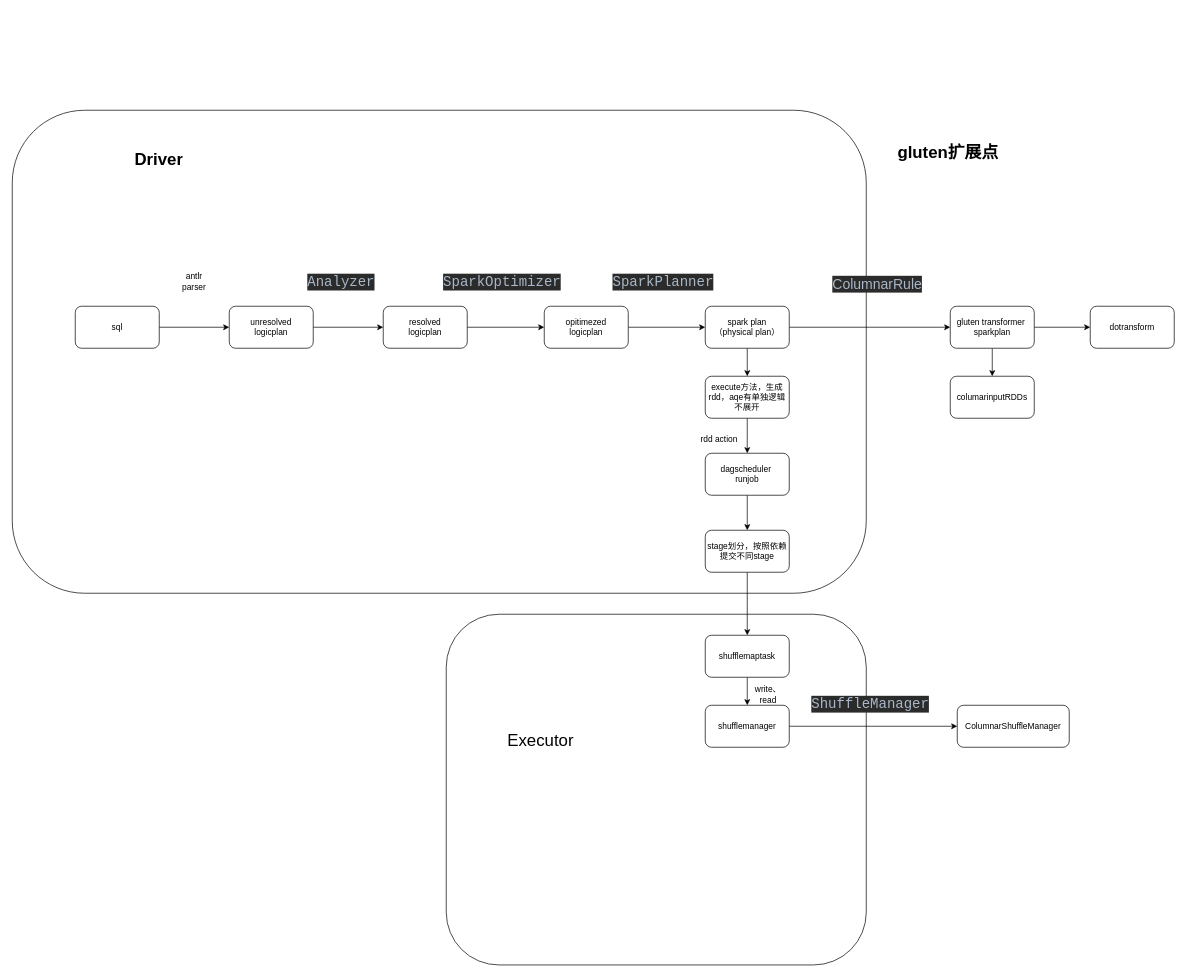
yuhuali1989/ui keeps this draw.io diagram as gluten架构图.drawio. Above is the earlier version. Source tidied: cells renumbered, new cells numbered last; positions are measured from the earlier drawing's top-left corner, leaving out a move shared by most shapes. Both pictures are drawn from the tidied source at 70%, with x=0, y=0 at pixel (12, 110).
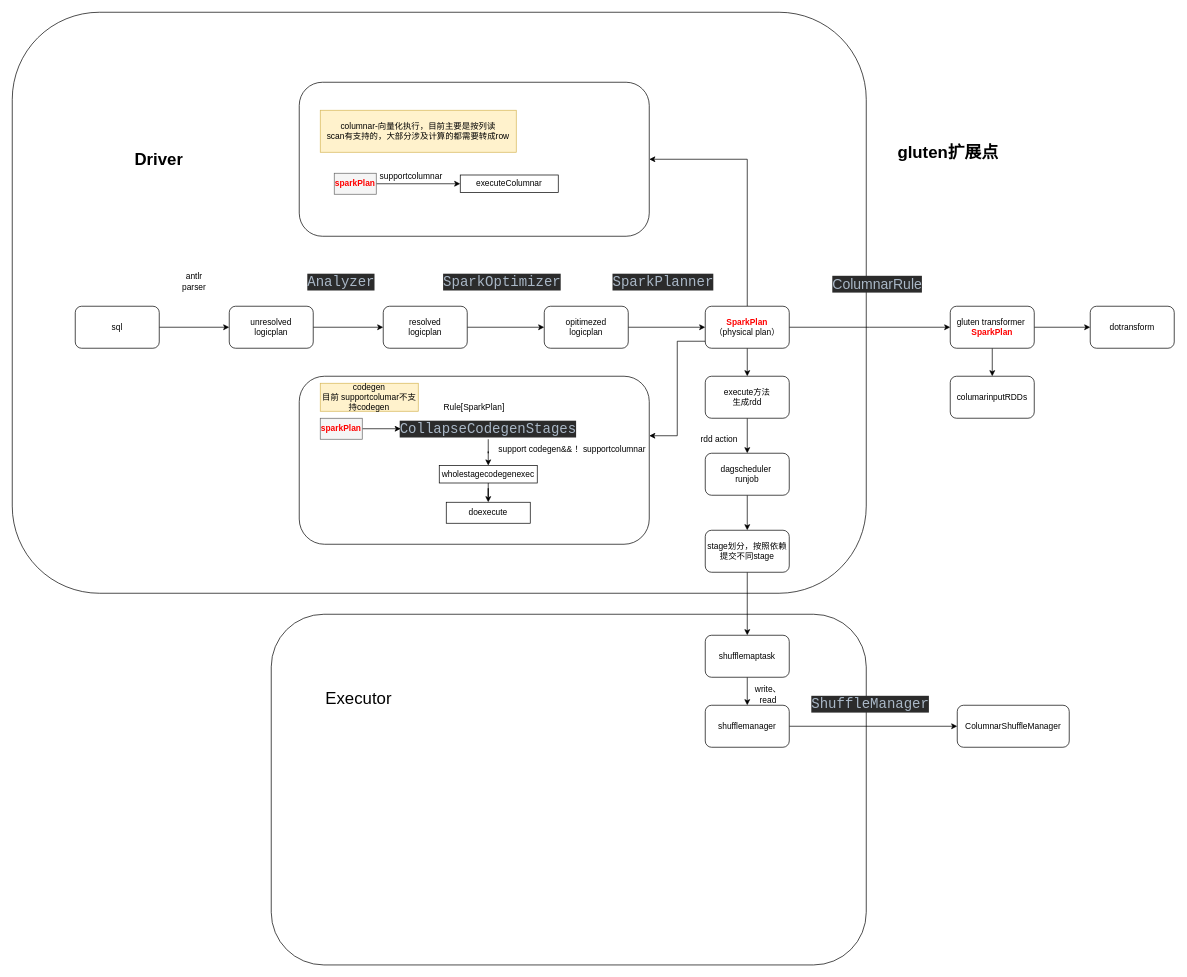
The same page after the edit.

What changed in the source:
```diff
@@
     <mxCell id="2" style="rounded=1;whiteSpace=wrap;html=1;" parent="1" vertex="1">
-      <mxGeometry width="1220" height="690" as="geometry" />
+      <mxGeometry y="-140" width="1220" height="830" as="geometry" />
     </mxCell>
@@
+    <mxCell id="42" style="edgeStyle=orthogonalEdgeStyle;rounded=0;jettySize=auto;html=1;" parent="1" edge="1" source="17" target="55">
+      <mxGeometry relative="1" as="geometry">
+        <Array as="points">
+          <mxPoint x="1050" y="70" />
+        </Array>
+      </mxGeometry>
+    </mxCell>
-    <mxCell id="17" value="spark plan&lt;br&gt;（physical plan）" style="rounded=1;whiteSpace=wrap;html=1;" parent="1" vertex="1">
+    <mxCell id="17" value="&lt;b&gt;&lt;font color=&quot;#ff0000&quot;&gt;SparkPlan&lt;/font&gt;&lt;/b&gt;&lt;br&gt;（physical plan）" style="rounded=1;whiteSpace=wrap;html=1;" parent="1" vertex="1">
       <mxGeometry x="990" y="280" width="120" height="60" as="geometry" />
     </mxCell>
@@
-    <mxCell id="22" value="gluten transformer&amp;nbsp;&lt;br&gt;sparkplan" style="rounded=1;whiteSpace=wrap;html=1;" parent="1" vertex="1">
+    <mxCell id="22" value="gluten transformer&amp;nbsp;&lt;br&gt;&lt;b&gt;&lt;font color=&quot;#ff0000&quot;&gt;SparkPlan&lt;/font&gt;&lt;/b&gt;" style="rounded=1;whiteSpace=wrap;html=1;" parent="1" vertex="1">
       <mxGeometry x="1340" y="280" width="120" height="60" as="geometry" />
     </mxCell>
@@
     <mxCell id="24" style="rounded=1;whiteSpace=wrap;html=1;" parent="1" vertex="1">
-      <mxGeometry x="620" y="720" width="600" height="501" as="geometry" />
+      <mxGeometry x="370" y="720" width="850" height="501" as="geometry" />
     </mxCell>
@@
-    <mxCell id="26" value="execute方法，生成rdd，aqe有单独逻辑不展开" style="rounded=1;whiteSpace=wrap;html=1;" parent="1" vertex="1">
+    <mxCell id="26" value="execute方法&lt;br&gt;生成rdd" style="rounded=1;whiteSpace=wrap;html=1;" parent="1" vertex="1">
       <mxGeometry x="990" y="380" width="120" height="60" as="geometry" />
     </mxCell>
@@
     <mxCell id="34" value="&lt;font style=&quot;font-size: 24px;&quot;&gt;Executor&lt;/font&gt;" style="text;html=1;strokeColor=none;fillColor=none;align=center;verticalAlign=middle;whiteSpace=wrap;rounded=0;" parent="1" vertex="1">
-      <mxGeometry x="690" y="870" width="130" height="60" as="geometry" />
+      <mxGeometry x="430" y="810" width="130" height="60" as="geometry" />
     </mxCell>
@@
+    <mxCell id="43" style="edgeStyle=orthogonalEdgeStyle;rounded=0;jettySize=auto;html=1;" parent="1" edge="1" source="17" target="44">
+      <mxGeometry relative="1" as="geometry">
+        <Array as="points">
+          <mxPoint x="950" y="330" />
+          <mxPoint x="950" y="465" />
+        </Array>
+      </mxGeometry>
+    </mxCell>
+    <mxCell id="44" style="whiteSpace=wrap;html=1;rounded=1;" parent="1" vertex="1">
+      <mxGeometry x="410" y="380" width="500" height="240" as="geometry" />
+    </mxCell>
+    <mxCell id="45" value="codegen&lt;br&gt;目前 supportcolumar不支持codegen" style="text;html=1;strokeColor=#d6b656;fillColor=#fff2cc;align=center;verticalAlign=middle;whiteSpace=wrap;rounded=0;" parent="1" vertex="1">
+      <mxGeometry x="440" y="390" width="140" height="40" as="geometry" />
+    </mxCell>
+    <mxCell id="46" style="edgeStyle=orthogonalEdgeStyle;rounded=0;jettySize=auto;html=1;" parent="1" edge="1" source="47" target="50">
+      <mxGeometry relative="1" as="geometry" />
+    </mxCell>
+    <mxCell id="47" value="&lt;div style=&quot;background-color:#2b2b2b;color:#a9b7c6;font-family:'Chalkboard';font-size:15.0pt;&quot;&gt;&lt;pre&gt;CollapseCodegenStages&lt;/pre&gt;&lt;/div&gt;" style="text;html=1;strokeColor=none;fillColor=none;align=center;verticalAlign=middle;whiteSpace=wrap;rounded=0;" parent="1" vertex="1">
+      <mxGeometry x="555" y="440" width="250" height="30" as="geometry" />
+    </mxCell>
+    <mxCell id="48" value="Rule[SparkPlan]" style="text;html=1;strokeColor=none;fillColor=none;align=center;verticalAlign=middle;whiteSpace=wrap;rounded=0;" parent="1" vertex="1">
+      <mxGeometry x="630" y="410" width="60" height="30" as="geometry" />
+    </mxCell>
+    <mxCell id="49" style="edgeStyle=orthogonalEdgeStyle;rounded=0;jettySize=auto;html=1;" parent="1" edge="1" source="50" target="54">
+      <mxGeometry relative="1" as="geometry" />
+    </mxCell>
+    <mxCell id="50" value="wholestagecodegenexec" style="whiteSpace=wrap;html=1;" parent="1" vertex="1">
+      <mxGeometry x="610" y="507.5" width="140" height="25" as="geometry" />
+    </mxCell>
+    <mxCell id="51" style="edgeStyle=orthogonalEdgeStyle;rounded=0;jettySize=auto;html=1;" parent="1" edge="1" source="52" target="47">
+      <mxGeometry relative="1" as="geometry" />
+    </mxCell>
+    <mxCell id="52" value="&lt;b&gt;&lt;font color=&quot;#ff0000&quot;&gt;sparkPlan&lt;/font&gt;&lt;/b&gt;" style="text;html=1;strokeColor=#666666;fillColor=#f5f5f5;align=center;verticalAlign=middle;whiteSpace=wrap;rounded=0;fontColor=#333333;" parent="1" vertex="1">
+      <mxGeometry x="440" y="440" width="60" height="30" as="geometry" />
+    </mxCell>
+    <mxCell id="53" value="support codegen&amp;amp;&amp;amp; ！supportcolumnar" style="text;html=1;strokeColor=none;fillColor=none;align=center;verticalAlign=middle;whiteSpace=wrap;rounded=0;" parent="1" vertex="1">
+      <mxGeometry x="680" y="470" width="240" height="30" as="geometry" />
+    </mxCell>
+    <mxCell id="54" value="doexecute" style="whiteSpace=wrap;html=1;" parent="1" vertex="1">
+      <mxGeometry x="620" y="560" width="120" height="30" as="geometry" />
+    </mxCell>
+    <mxCell id="55" style="rounded=1;whiteSpace=wrap;html=1;" parent="1" vertex="1">
+      <mxGeometry x="410" y="-40" width="500" height="220" as="geometry" />
+    </mxCell>
+    <mxCell id="56" value="columnar-向量化执行，目前主要是按列读&lt;br&gt;scan有支持的，大部分涉及计算的都需要转成row" style="text;html=1;strokeColor=#d6b656;fillColor=#fff2cc;align=center;verticalAlign=middle;whiteSpace=wrap;rounded=0;" parent="1" vertex="1">
+      <mxGeometry x="440" width="280" height="60" as="geometry" />
+    </mxCell>
+    <mxCell id="57" style="edgeStyle=orthogonalEdgeStyle;rounded=0;jettySize=auto;html=1;entryX=0;entryY=0.5;entryDx=0;entryDy=0;" parent="1" edge="1" source="58" target="59">
+      <mxGeometry relative="1" as="geometry" />
+    </mxCell>
+    <mxCell id="58" value="&lt;b&gt;&lt;font color=&quot;#ff0000&quot;&gt;sparkPlan&lt;/font&gt;&lt;/b&gt;" style="text;html=1;strokeColor=#666666;fillColor=#f5f5f5;align=center;verticalAlign=middle;whiteSpace=wrap;rounded=0;fontColor=#333333;" parent="1" vertex="1">
+      <mxGeometry x="460" y="90" width="60" height="30" as="geometry" />
+    </mxCell>
+    <mxCell id="59" value="executeColumnar" style="whiteSpace=wrap;html=1;" parent="1" vertex="1">
+      <mxGeometry x="640" y="92.5" width="140" height="25" as="geometry" />
+    </mxCell>
+    <mxCell id="60" value="supportcolumnar" style="text;html=1;strokeColor=none;fillColor=none;align=center;verticalAlign=middle;whiteSpace=wrap;rounded=0;" parent="1" vertex="1">
+      <mxGeometry x="500" y="80" width="140" height="30" as="geometry" />
+    </mxCell>
```
